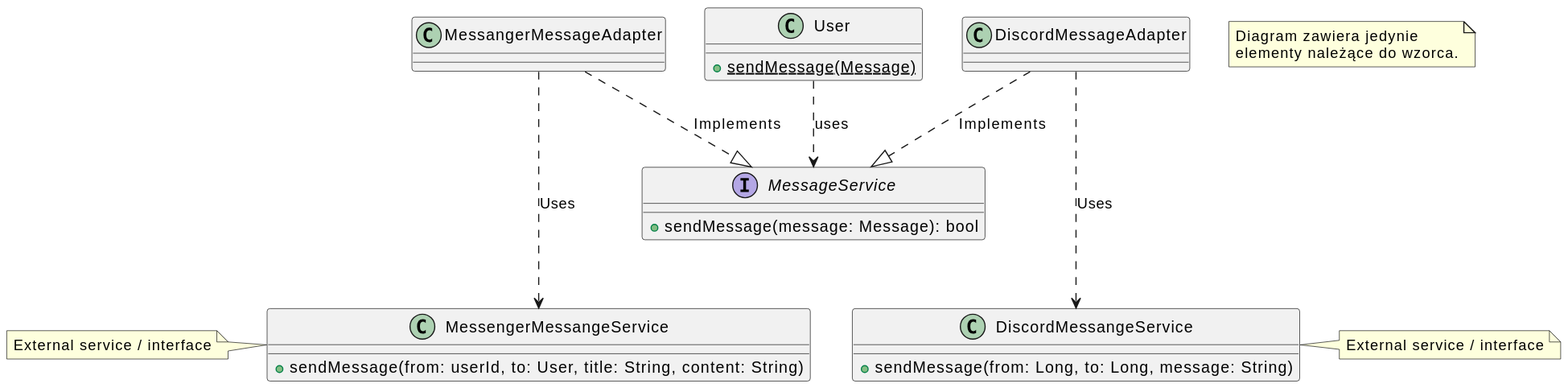
This is sprawozdanie/img/Message adapters.svg from filip-stepien/software-engineering-lab, a PlantUML export, as it was before one commit. The source it was exported from:
```plantuml
@startuml
class User{
  + {static} sendMessage(Message)
}


interface MessageService{
  + sendMessage(message: Message): bool
}


User -.> MessageService : "uses"

class MessangerMessageAdapter{

}

MessangerMessageAdapter -.|> MessageService : "Implements"
MessangerMessageAdapter -.-> MessengerMessangeService : "Uses"

class MessengerMessangeService{
  + sendMessage(from: userId, to: User, title: String, content: String)
}
note left
External service / interface
end note

class DiscordMessangeService{
  + sendMessage(from: Long, to: Long, message: String)
}

note right
External service / interface
end note

DiscordMessageAdapter -.|> MessageService : "Implements"
DiscordMessageAdapter -.-> DiscordMessangeService : "Uses"

note "Diagram zawiera jedynie\nelementy należące do wzorca." as n
@enduml
```
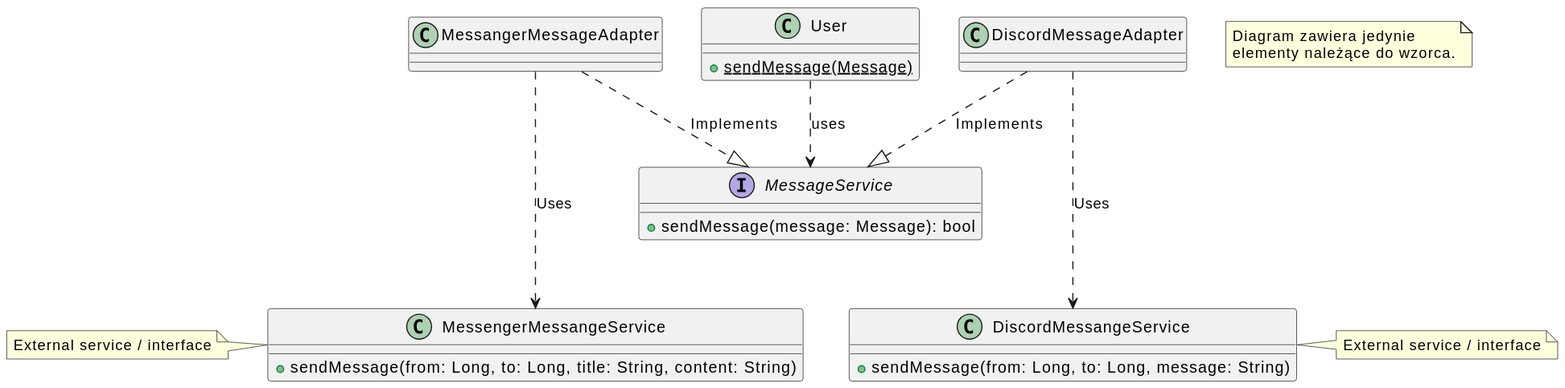
Above is the later version.

Diff of the diagram source:
```diff
@@ -19,7 +19,7 @@
 MessangerMessageAdapter -.-> MessengerMessangeService : "Uses"
 
 class MessengerMessangeService{
-  + sendMessage(from: userId, to: User, title: String, content: String)
+  + sendMessage(from: Long, to: Long, title: String, content: String)
 }
 note left
 External service / interface
```
